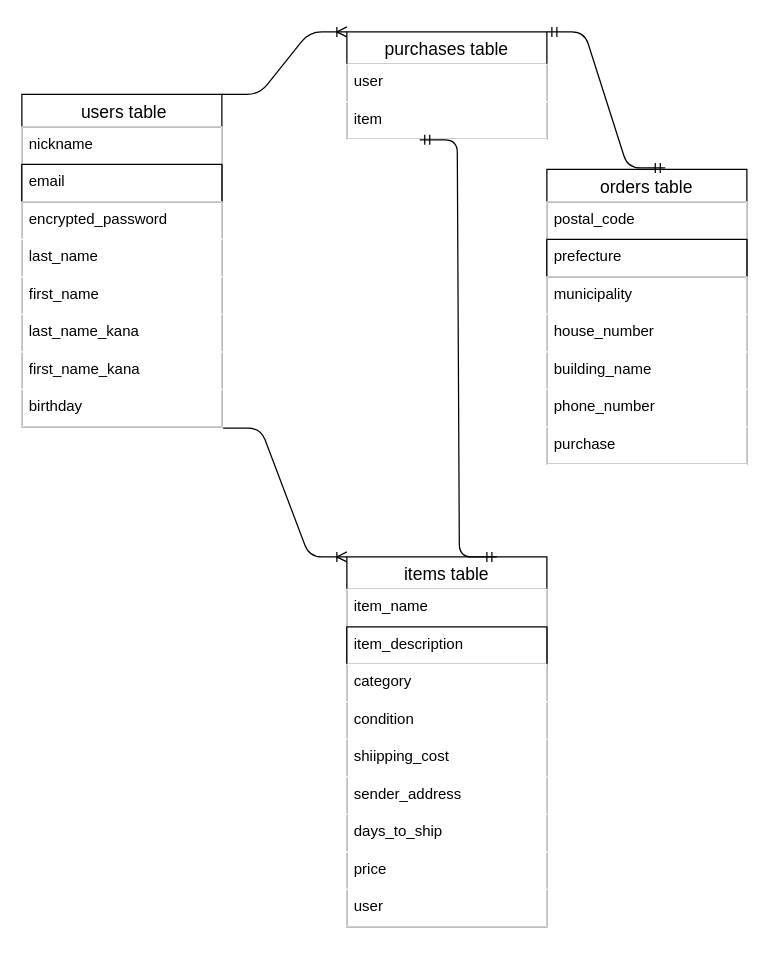
Above: entity-relationship.dio in taichomeiso/furima-40941 (draw.io), before the change. Source tidied: cells renumbered, new cells numbered last; positions are measured from the earlier drawing's top-left corner, leaving out a move shared by most shapes. Both pictures are drawn from the tidied source at 125%, with x=0, y=0 at pixel (21, 31).
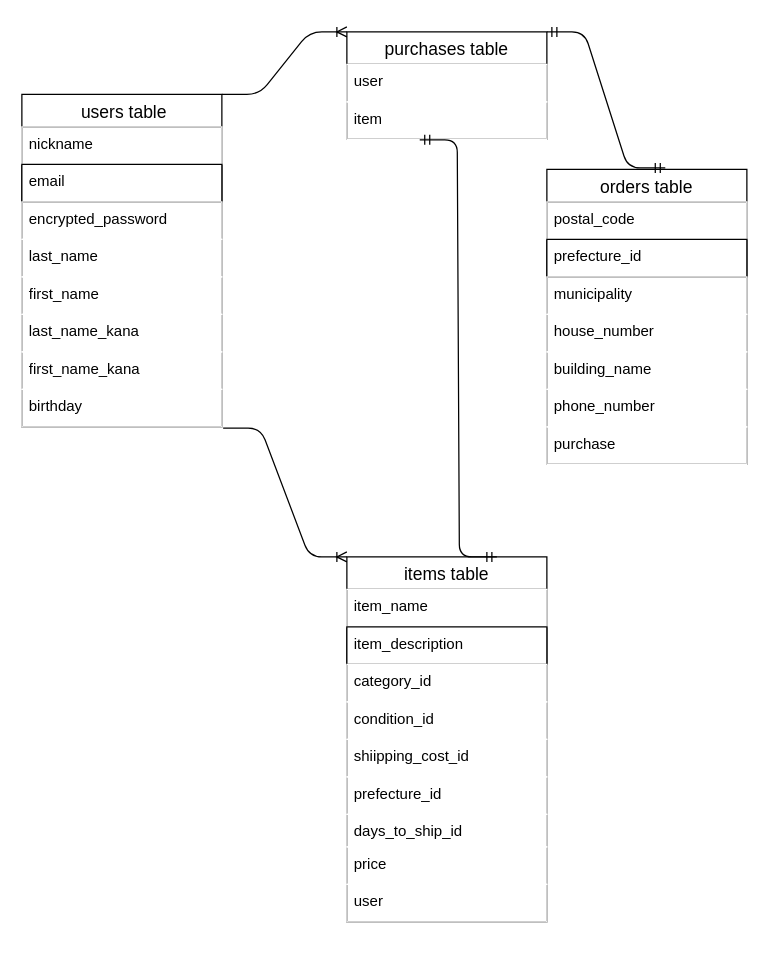
The same diagram, later.

Commit message (it also covers changes not shown here):
activehashのルールに沿った修正

Unchanged cells that the change refers to:
```xml
<mxCell id="24" value="orders table" style="swimlane;fontStyle=0;horizontal=1;startSize=26;align=center;fontSize=14;" parent="1" vertex="1">
  <mxGeometry x="420" y="110" width="160" height="236" as="geometry" />
</mxCell>
```

Diff of the diagram source:
```diff
@@
     <mxCell id="11" value="items table" style="swimlane;fontStyle=0;horizontal=1;startSize=26;align=center;fontSize=14;" parent="1" vertex="1">
-      <mxGeometry x="260" y="420" width="160" height="296" as="geometry" />
+      <mxGeometry x="260" y="420" width="160" height="292" as="geometry" />
     </mxCell>
@@
-    <mxCell id="14" value="category" style="text;strokeColor=#FFFFFF;fillColor=none;spacingLeft=4;spacingRight=4;overflow=hidden;fontSize=12;perimeterSpacing=1;" parent="11" vertex="1">
+    <mxCell id="14" value="category_id" style="text;strokeColor=#FFFFFF;fillColor=none;spacingLeft=4;spacingRight=4;overflow=hidden;fontSize=12;perimeterSpacing=1;" parent="11" vertex="1">
       <mxGeometry y="86" width="160" height="30" as="geometry" />
     </mxCell>
-    <mxCell id="15" value="condition" style="text;strokeColor=#FFFFFF;fillColor=none;spacingLeft=4;spacingRight=4;overflow=hidden;fontSize=12;perimeterSpacing=1;" parent="11" vertex="1">
+    <mxCell id="15" value="condition_id" style="text;strokeColor=#FFFFFF;fillColor=none;spacingLeft=4;spacingRight=4;overflow=hidden;fontSize=12;perimeterSpacing=1;" parent="11" vertex="1">
       <mxGeometry y="116" width="160" height="30" as="geometry" />
     </mxCell>
-    <mxCell id="16" value="shiipping_cost" style="text;strokeColor=#FFFFFF;fillColor=none;spacingLeft=4;spacingRight=4;overflow=hidden;fontSize=12;perimeterSpacing=1;" parent="11" vertex="1">
+    <mxCell id="16" value="shiipping_cost_id" style="text;strokeColor=#FFFFFF;fillColor=none;spacingLeft=4;spacingRight=4;overflow=hidden;fontSize=12;perimeterSpacing=1;" parent="11" vertex="1">
       <mxGeometry y="146" width="160" height="30" as="geometry" />
     </mxCell>
-    <mxCell id="17" value="sender_address" style="text;strokeColor=#FFFFFF;fillColor=none;spacingLeft=4;spacingRight=4;overflow=hidden;fontSize=12;perimeterSpacing=1;" parent="11" vertex="1">
+    <mxCell id="17" value="prefecture_id" style="text;strokeColor=#FFFFFF;fillColor=none;spacingLeft=4;spacingRight=4;overflow=hidden;fontSize=12;perimeterSpacing=1;" parent="11" vertex="1">
       <mxGeometry y="176" width="160" height="30" as="geometry" />
     </mxCell>
-    <mxCell id="18" value="days_to_ship" style="text;strokeColor=#FFFFFF;fillColor=none;spacingLeft=4;spacingRight=4;overflow=hidden;fontSize=12;perimeterSpacing=1;" parent="11" vertex="1">
-      <mxGeometry y="206" width="160" height="30" as="geometry" />
+    <mxCell id="18" value="days_to_ship_id" style="text;strokeColor=#FFFFFF;fillColor=none;spacingLeft=4;spacingRight=4;overflow=hidden;fontSize=12;perimeterSpacing=1;" parent="11" vertex="1">
+      <mxGeometry y="206" width="160" height="26" as="geometry" />
     </mxCell>
     <mxCell id="19" value="price" style="text;strokeColor=#FFFFFF;fillColor=none;spacingLeft=4;spacingRight=4;overflow=hidden;fontSize=12;perimeterSpacing=1;" parent="11" vertex="1">
-      <mxGeometry y="236" width="160" height="30" as="geometry" />
+      <mxGeometry y="232" width="160" height="30" as="geometry" />
     </mxCell>
     <mxCell id="20" value="user" style="text;strokeColor=#FFFFFF;fillColor=none;spacingLeft=4;spacingRight=4;overflow=hidden;fontSize=12;perimeterSpacing=1;" parent="11" vertex="1">
-      <mxGeometry y="266" width="160" height="30" as="geometry" />
+      <mxGeometry y="262" width="160" height="30" as="geometry" />
     </mxCell>
@@
-    <mxCell id="26" value="prefecture" style="text;strokeColor=default;fillColor=default;spacingLeft=4;spacingRight=4;overflow=hidden;fontSize=12;perimeterSpacing=1;whiteSpace=wrap;" parent="24" vertex="1">
+    <mxCell id="26" value="prefecture_id" style="text;strokeColor=default;fillColor=default;spacingLeft=4;spacingRight=4;overflow=hidden;fontSize=12;perimeterSpacing=1;whiteSpace=wrap;" parent="24" vertex="1">
       <mxGeometry y="56" width="160" height="30" as="geometry" />
     </mxCell>
```
